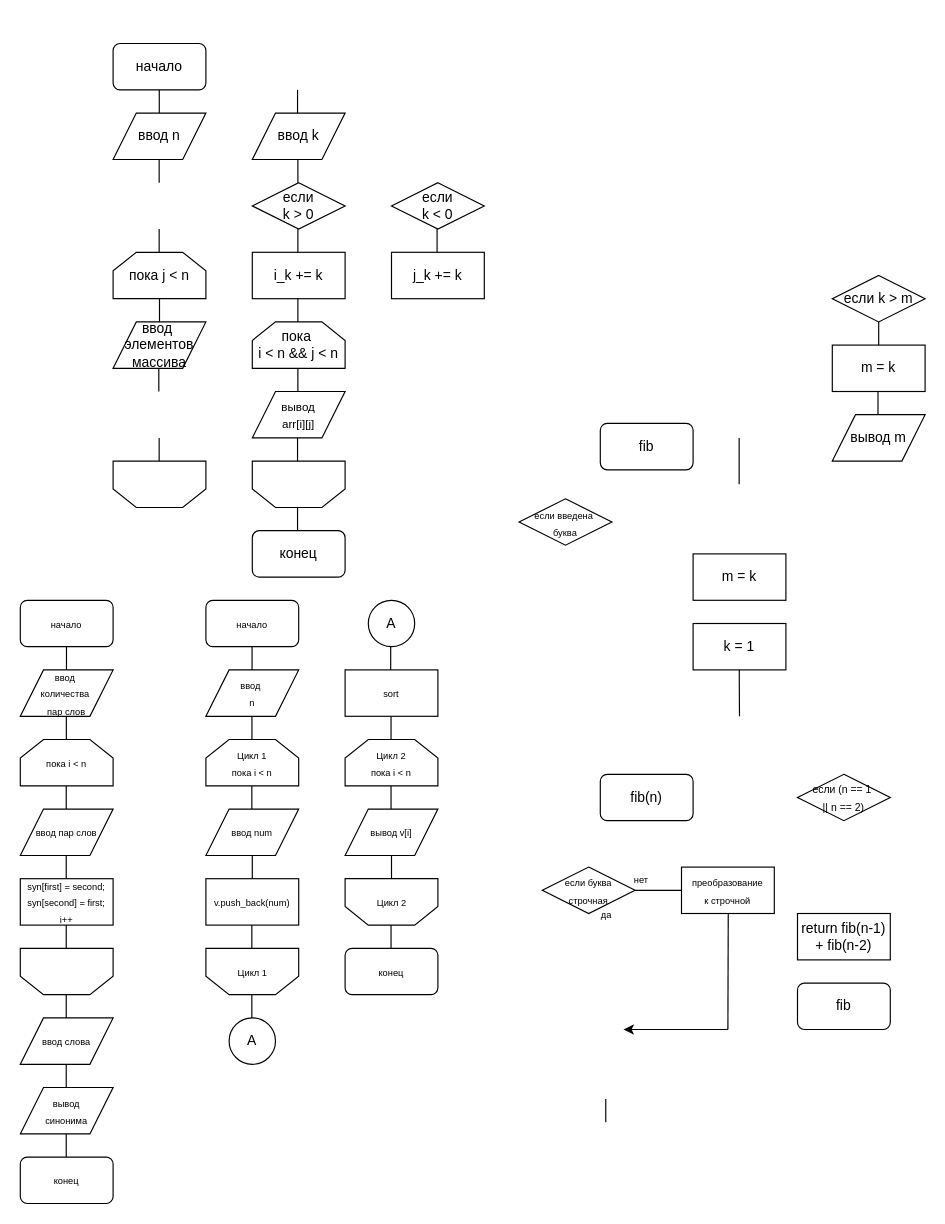
Above: Untitled Diagram.drawio in AGCher/TiMP_lab1 (draw.io), before the change. Source tidied: cells renumbered, new cells numbered last; positions are measured from the earlier drawing's top-left corner, leaving out a move shared by most shapes. Both pictures are drawn from the tidied source at 116%, with x=0, y=0 at pixel (20, 43).
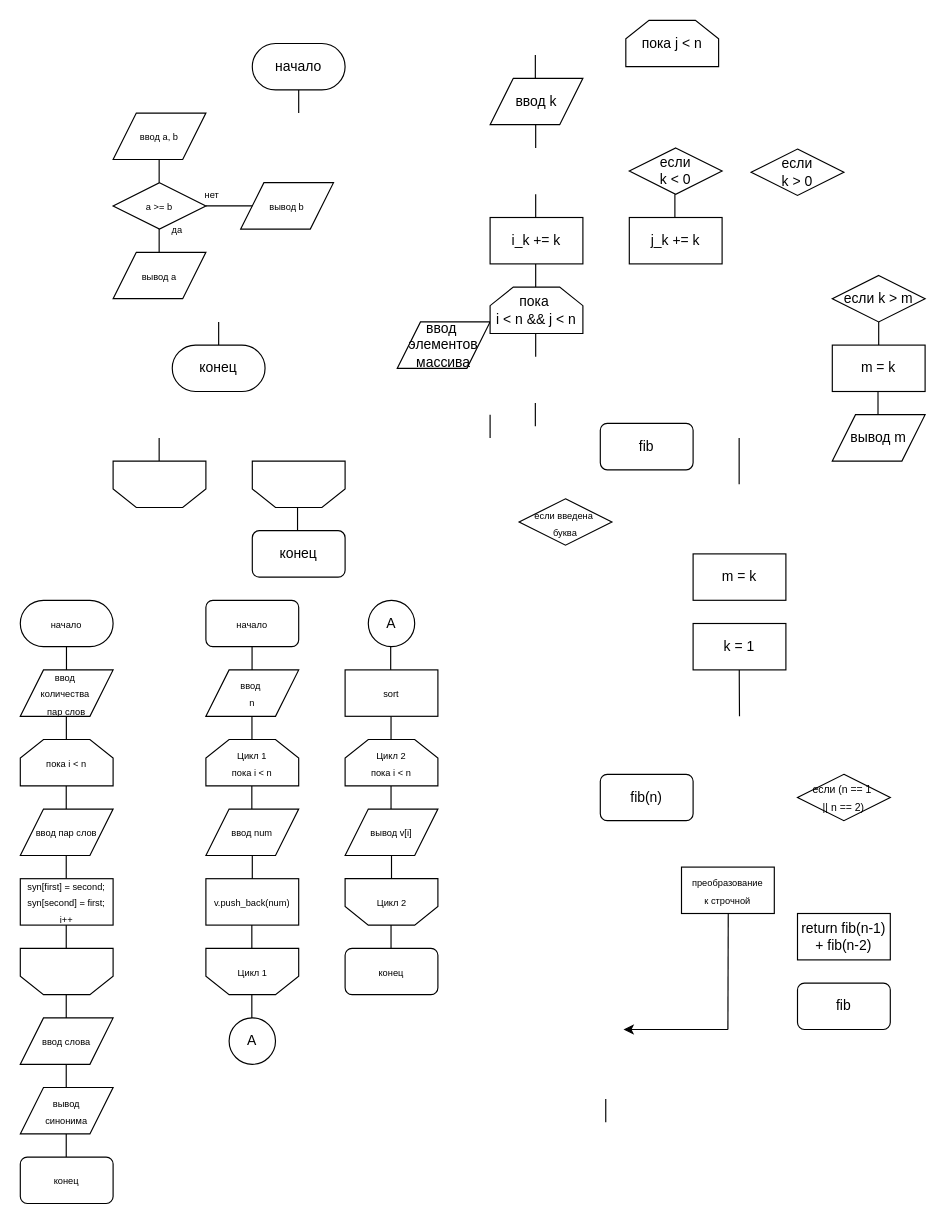
Above is the later version.

Diff of the diagram source:
```diff
@@
-    <mxCell id="2" value="начало" style="rounded=1;whiteSpace=wrap;html=1;" parent="1" vertex="1">
-      <mxGeometry x="80" width="80" height="40" as="geometry" />
+    <mxCell id="2" value="&lt;font style=&quot;font-size: 12px&quot;&gt;начало&lt;/font&gt;" style="rounded=1;whiteSpace=wrap;html=1;arcSize=50;" parent="1" vertex="1">
+      <mxGeometry x="200" width="80" height="40" as="geometry" />
     </mxCell>
-    <mxCell id="3" value="ввод n" style="shape=parallelogram;perimeter=parallelogramPerimeter;whiteSpace=wrap;html=1;fixedSize=1;" parent="1" vertex="1">
+    <mxCell id="3" value="&lt;font style=&quot;font-size: 8px&quot;&gt;ввод a, b&lt;/font&gt;" style="shape=parallelogram;perimeter=parallelogramPerimeter;whiteSpace=wrap;html=1;fixedSize=1;" parent="1" vertex="1">
       <mxGeometry x="80" y="60" width="80" height="40" as="geometry" />
     </mxCell>
     <mxCell id="4" style="endArrow=none;html=1;" parent="1" edge="1">
       <mxGeometry relative="1" as="geometry">
-        <mxPoint x="119.8" y="60" as="sourcePoint" />
-        <mxPoint x="119.8" y="40" as="targetPoint" />
+        <mxPoint x="240" y="60" as="sourcePoint" />
+        <mxPoint x="240" y="40" as="targetPoint" />
         <Array as="points">
-          <mxPoint x="119.8" y="50" />
+          <mxPoint x="240" y="50" />
         </Array>
       </mxGeometry>
     </mxCell>
@@
     <mxCell id="7" style="endArrow=none;html=1;" parent="1" edge="1">
       <mxGeometry relative="1" as="geometry">
-        <mxPoint x="239" y="360" as="sourcePoint" />
-        <mxPoint x="239" y="340" as="targetPoint" />
+        <mxPoint x="444" y="330" as="sourcePoint" />
+        <mxPoint x="444" y="310" as="targetPoint" />
       </mxGeometry>
     </mxCell>
@@
     <mxCell id="9" style="endArrow=none;html=1;" parent="1" edge="1">
       <mxGeometry relative="1" as="geometry">
-        <mxPoint x="120" y="240" as="sourcePoint" />
-        <mxPoint x="120" y="220" as="targetPoint" />
+        <mxPoint x="171" y="260" as="sourcePoint" />
+        <mxPoint x="171" y="240" as="targetPoint" />
         <Array as="points">
-          <mxPoint x="120" y="230" />
+          <mxPoint x="171" y="250" />
         </Array>
       </mxGeometry>
     </mxCell>
     <mxCell id="10" value="если &lt;br&gt;k &amp;gt; 0" style="rhombus;whiteSpace=wrap;html=1;" parent="1" vertex="1">
-      <mxGeometry x="200" y="120" width="80" height="40" as="geometry" />
+      <mxGeometry x="630" y="91" width="80" height="40" as="geometry" />
     </mxCell>
     <mxCell id="11" style="endArrow=none;html=1;" parent="1" edge="1">
       <mxGeometry relative="1" as="geometry">
-        <mxPoint x="239.3" y="120" as="sourcePoint" />
-        <mxPoint x="239.3" y="100" as="targetPoint" />
+        <mxPoint x="444.3" y="90" as="sourcePoint" />
+        <mxPoint x="444.3" y="70" as="targetPoint" />
         <Array as="points">
-          <mxPoint x="239.3" y="110" />
+          <mxPoint x="444.3" y="80" />
         </Array>
       </mxGeometry>
     </mxCell>
@@
     <mxCell id="13" value="&lt;font style=&quot;font-size: 8px&quot;&gt;да&lt;/font&gt;" style="text;html=1;align=center;verticalAlign=middle;strokeColor=none;" parent="1" vertex="1">
-      <mxGeometry x="495" y="740" width="20" height="20" as="geometry" />
+      <mxGeometry x="125" y="150" width="20" height="20" as="geometry" />
     </mxCell>
     <mxCell id="14" value="&lt;font style=&quot;font-size: 8px&quot;&gt;нет&lt;/font&gt;" style="text;html=1;align=center;verticalAlign=middle;strokeColor=none;" parent="1" vertex="1">
-      <mxGeometry x="520" y="710" width="30" height="20" as="geometry" />
+      <mxGeometry x="150" y="120" width="30" height="20" as="geometry" />
     </mxCell>
     <mxCell id="15" value="i_k += k" style="rounded=0;whiteSpace=wrap;html=1;" parent="1" vertex="1">
-      <mxGeometry x="200" y="180" width="80" height="40" as="geometry" />
+      <mxGeometry x="405" y="150" width="80" height="40" as="geometry" />
     </mxCell>
@@
     <mxCell id="21" style="endArrow=none;html=1;" parent="1" edge="1">
       <mxGeometry relative="1" as="geometry">
-        <mxPoint x="239.3" y="240" as="sourcePoint" />
-        <mxPoint x="239.3" y="220" as="targetPoint" />
+        <mxPoint x="444.3" y="210" as="sourcePoint" />
+        <mxPoint x="444.3" y="190" as="targetPoint" />
         <Array as="points">
-          <mxPoint x="239.3" y="230" />
+          <mxPoint x="444.3" y="200" />
         </Array>
       </mxGeometry>
     </mxCell>
@@
     <mxCell id="29" style="endArrow=none;html=1;" parent="1" edge="1">
       <mxGeometry relative="1" as="geometry">
-        <mxPoint x="239.3" y="180" as="sourcePoint" />
-        <mxPoint x="239.3" y="160" as="targetPoint" />
+        <mxPoint x="444.3" y="150" as="sourcePoint" />
+        <mxPoint x="444.3" y="130" as="targetPoint" />
         <Array as="points">
-          <mxPoint x="239.3" y="170" />
+          <mxPoint x="444.3" y="140" />
         </Array>
       </mxGeometry>
     </mxCell>
@@
     <mxCell id="35" style="endArrow=none;html=1;" parent="1" edge="1">
       <mxGeometry relative="1" as="geometry">
-        <mxPoint x="239" y="60" as="sourcePoint" />
-        <mxPoint x="239" y="40" as="targetPoint" />
+        <mxPoint x="444" y="30" as="sourcePoint" />
+        <mxPoint x="444" y="10" as="targetPoint" />
         <Array as="points">
-          <mxPoint x="239" y="50" />
+          <mxPoint x="444" y="20" />
         </Array>
       </mxGeometry>
     </mxCell>
@@
     <mxCell id="37" style="endArrow=none;html=1;" parent="1" edge="1">
       <mxGeometry relative="1" as="geometry">
-        <mxPoint x="119.4" y="300" as="sourcePoint" />
-        <mxPoint x="119.4" y="280" as="targetPoint" />
+        <mxPoint x="405" y="340" as="sourcePoint" />
+        <mxPoint x="405" y="320" as="targetPoint" />
         <Array as="points">
-          <mxPoint x="119.4" y="290" />
+          <mxPoint x="405" y="330" />
         </Array>
       </mxGeometry>
     </mxCell>
     <mxCell id="38" style="endArrow=none;html=1;" parent="1" edge="1">
       <mxGeometry relative="1" as="geometry">
-        <mxPoint x="359.3" y="180" as="sourcePoint" />
-        <mxPoint x="359.3" y="160" as="targetPoint" />
+        <mxPoint x="564.3" y="150" as="sourcePoint" />
+        <mxPoint x="564.3" y="130" as="targetPoint" />
         <Array as="points">
-          <mxPoint x="359.3" y="170" />
+          <mxPoint x="564.3" y="140" />
         </Array>
       </mxGeometry>
     </mxCell>
     <mxCell id="39" style="endArrow=none;html=1;" parent="1" edge="1">
       <mxGeometry relative="1" as="geometry">
-        <mxPoint x="239.3" y="300" as="sourcePoint" />
-        <mxPoint x="239.3" y="280" as="targetPoint" />
+        <mxPoint x="444.3" y="270" as="sourcePoint" />
+        <mxPoint x="444.3" y="250" as="targetPoint" />
         <Array as="points">
-          <mxPoint x="239.3" y="290" />
+          <mxPoint x="444.3" y="260" />
         </Array>
       </mxGeometry>
     </mxCell>
     <mxCell id="40" value="ввод&amp;nbsp;&lt;br&gt;элементов&lt;br&gt;массива" style="shape=parallelogram;perimeter=parallelogramPerimeter;whiteSpace=wrap;html=1;fixedSize=1;" parent="1" vertex="1">
-      <mxGeometry x="80" y="240" width="80" height="40" as="geometry" />
+      <mxGeometry x="325" y="240" width="80" height="40" as="geometry" />
     </mxCell>
     <mxCell id="41" value="если &lt;br&gt;k &amp;lt; 0" style="rhombus;whiteSpace=wrap;html=1;" parent="1" vertex="1">
-      <mxGeometry x="320" y="120" width="80" height="40" as="geometry" />
+      <mxGeometry x="525" y="90" width="80" height="40" as="geometry" />
     </mxCell>
-    <mxCell id="42" value="&lt;font size=&quot;1&quot;&gt;вывод&lt;br&gt;arr[i][j]&lt;br&gt;&lt;/font&gt;" style="shape=parallelogram;perimeter=parallelogramPerimeter;whiteSpace=wrap;html=1;fixedSize=1;" parent="1" vertex="1">
-      <mxGeometry x="200" y="300" width="80" height="40" as="geometry" />
+    <mxCell id="42" value="&lt;font&gt;&lt;font style=&quot;font-size: 8px&quot;&gt;вывод b&lt;/font&gt;&lt;br&gt;&lt;/font&gt;" style="shape=parallelogram;perimeter=parallelogramPerimeter;whiteSpace=wrap;html=1;fixedSize=1;" parent="1" vertex="1">
+      <mxGeometry x="190" y="120" width="80" height="40" as="geometry" />
     </mxCell>
     <mxCell id="43" value="пока j &amp;lt; n" style="shape=loopLimit;whiteSpace=wrap;html=1;size=20;" parent="1" vertex="1">
-      <mxGeometry x="80" y="180" width="80" height="40" as="geometry" />
+      <mxGeometry x="522" y="-20" width="80" height="40" as="geometry" />
     </mxCell>
@@
     <mxCell id="45" value="ввод k" style="shape=parallelogram;perimeter=parallelogramPerimeter;whiteSpace=wrap;html=1;fixedSize=1;" parent="1" vertex="1">
-      <mxGeometry x="200" y="60" width="80" height="40" as="geometry" />
+      <mxGeometry x="405" y="30" width="80" height="40" as="geometry" />
     </mxCell>
     <mxCell id="46" style="endArrow=none;html=1;" parent="1" edge="1">
       <mxGeometry relative="1" as="geometry">
-        <mxPoint x="530" y="730" as="sourcePoint" />
-        <mxPoint x="570" y="730" as="targetPoint" />
+        <mxPoint x="160" y="140" as="sourcePoint" />
+        <mxPoint x="200" y="140" as="targetPoint" />
       </mxGeometry>
     </mxCell>
     <mxCell id="47" value="j_k += k" style="rounded=0;whiteSpace=wrap;html=1;" parent="1" vertex="1">
-      <mxGeometry x="320" y="180" width="80" height="40" as="geometry" />
+      <mxGeometry x="525" y="150" width="80" height="40" as="geometry" />
     </mxCell>
     <mxCell id="48" value="пока&amp;nbsp;&lt;br&gt;i &amp;lt; n &amp;amp;&amp;amp; j &amp;lt; n" style="shape=loopLimit;whiteSpace=wrap;html=1;size=20;" parent="1" vertex="1">
-      <mxGeometry x="200" y="240" width="80" height="40" as="geometry" />
+      <mxGeometry x="405" y="210" width="80" height="40" as="geometry" />
     </mxCell>
@@
-    <mxCell id="50" value="&lt;font style=&quot;font-size: 8px&quot;&gt;начало&lt;/font&gt;" style="rounded=1;whiteSpace=wrap;html=1;" parent="1" vertex="1">
+    <mxCell id="50" value="&lt;font style=&quot;font-size: 8px&quot;&gt;начало&lt;/font&gt;" style="rounded=1;whiteSpace=wrap;html=1;arcSize=50;" parent="1" vertex="1">
       <mxGeometry y="480" width="80" height="40" as="geometry" />
     </mxCell>
@@
-    <mxCell id="68" value="&lt;font style=&quot;font-size: 8px&quot;&gt;если буква&lt;br&gt;строчная&lt;/font&gt;" style="rhombus;whiteSpace=wrap;html=1;" parent="1" vertex="1">
-      <mxGeometry x="450" y="710" width="80" height="40" as="geometry" />
+    <mxCell id="68" value="&lt;span style=&quot;font-size: 8px&quot;&gt;a &amp;gt;= b&lt;/span&gt;" style="rhombus;whiteSpace=wrap;html=1;" parent="1" vertex="1">
+      <mxGeometry x="80" y="120" width="80" height="40" as="geometry" />
     </mxCell>
@@
+    <mxCell id="96" value="&lt;font style=&quot;font-size: 12px&quot;&gt;конец&lt;/font&gt;" style="rounded=1;whiteSpace=wrap;html=1;arcSize=50;" parent="1" vertex="1">
+      <mxGeometry x="131" y="260" width="80" height="40" as="geometry" />
+    </mxCell>
+    <mxCell id="97" value="&lt;font&gt;&lt;font style=&quot;font-size: 8px&quot;&gt;вывод a&lt;/font&gt;&lt;br&gt;&lt;/font&gt;" style="shape=parallelogram;perimeter=parallelogramPerimeter;whiteSpace=wrap;html=1;fixedSize=1;" parent="1" vertex="1">
+      <mxGeometry x="80" y="180" width="80" height="40" as="geometry" />
+    </mxCell>
```
